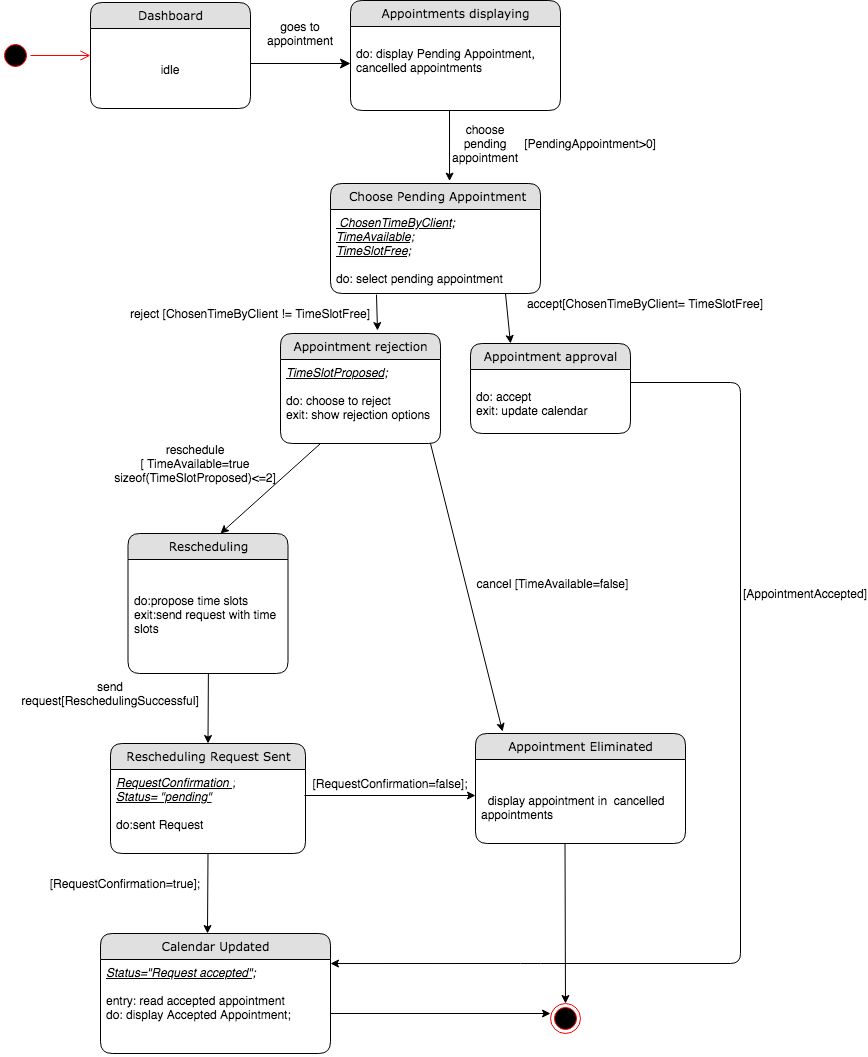
This is Diagrams/State Chart Diagrams FINAL/ ST_05-06-07  ACCEPT,REJECT,RESCHEDULE APPOINTMENT.png from kkasharaj17/SE-project, a draw.io export, as it was before one commit. Source tidied: cells renumbered, new cells last; positions are measured from the earlier drawing's top-left corner, leaving out a move shared by most shapes.
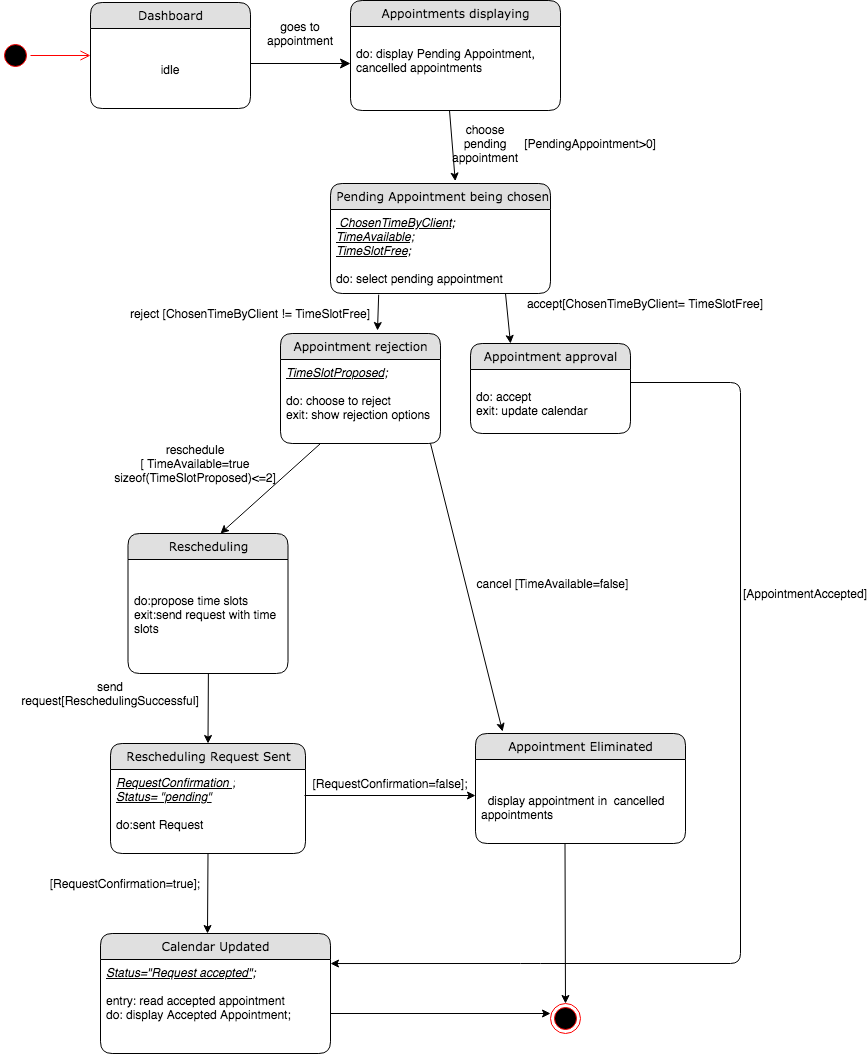
The same diagram one commit later.

The edit, as a diff of the source:
```diff
@@ -40,11 +40,11 @@
     <mxCell id="10" value="&lt;br&gt;do: display Pending Appointment,&lt;br&gt;cancelled appointments" style="text;html=1;strokeColor=none;fillColor=none;spacingLeft=4;spacingRight=4;whiteSpace=wrap;overflow=hidden;" parent="9" vertex="1">
       <mxGeometry y="26" width="210" height="84" as="geometry" />
     </mxCell>
-    <mxCell id="11" value="&amp;nbsp;Choose Pending Appointment" style="swimlane;html=1;fontStyle=0;horizontal=1;startSize=26;fillColor=#e0e0e0;swimlaneFillColor=#ffffff;align=center;rounded=1;shadow=0;comic=0;labelBackgroundColor=none;strokeWidth=1;fontFamily=Verdana;fontSize=12;" parent="1" vertex="1">
-      <mxGeometry x="330" y="183" width="210" height="110" as="geometry" />
+    <mxCell id="11" value="&amp;nbsp;Pending Appointment being chosen" style="swimlane;html=1;fontStyle=0;horizontal=1;startSize=26;fillColor=#e0e0e0;swimlaneFillColor=#ffffff;align=center;rounded=1;shadow=0;comic=0;labelBackgroundColor=none;strokeWidth=1;fontFamily=Verdana;fontSize=12;" parent="1" vertex="1">
+      <mxGeometry x="330" y="183" width="220" height="110" as="geometry" />
     </mxCell>
     <mxCell id="12" value="&lt;i&gt;&lt;u&gt;&amp;nbsp;ChosenTimeByClient;&lt;br&gt;TimeAvailable;&lt;br&gt;TimeSlotFree;&lt;/u&gt;&lt;/i&gt;&lt;br&gt;&lt;br&gt;do: select pending appointment" style="text;html=1;strokeColor=none;fillColor=none;spacingLeft=4;spacingRight=4;whiteSpace=wrap;overflow=hidden;points=[[0,0.5],[1,0.5]];portConstraint=eastwest;" parent="11" vertex="1">
-      <mxGeometry y="26" width="210" height="84" as="geometry" />
+      <mxGeometry y="26" width="220" height="84" as="geometry" />
     </mxCell>
     <mxCell id="13" value="Dashboard" style="swimlane;html=1;fontStyle=0;horizontal=1;startSize=26;fillColor=#e0e0e0;swimlaneFillColor=#ffffff;align=center;rounded=1;shadow=0;comic=0;labelBackgroundColor=none;strokeWidth=1;fontFamily=Verdana;fontSize=12;" parent="1" vertex="1">
       <mxGeometry x="90" y="2" width="160" height="106" as="geometry" />
```
